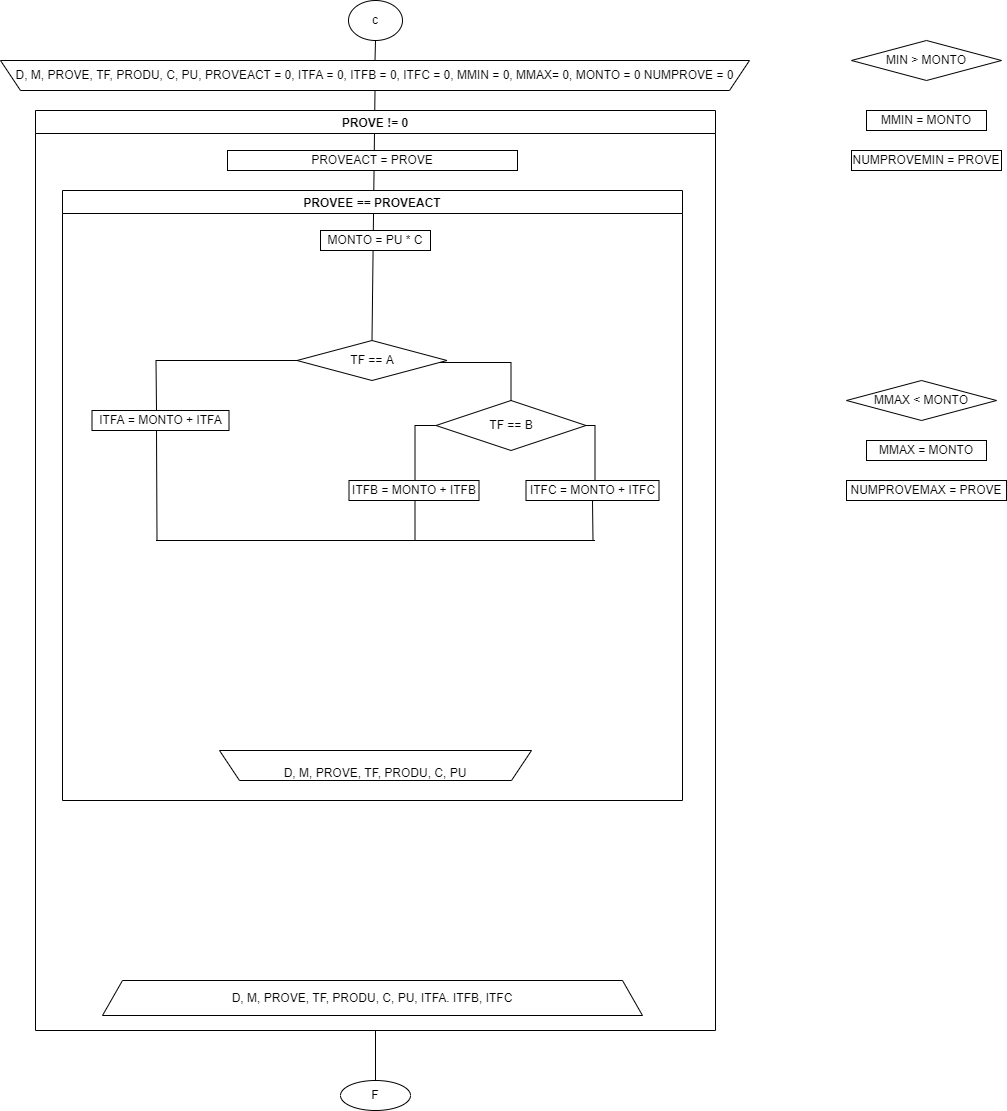
Earlier version of the draw.io export Untitled Diagram.drawio.png (Ferbinand/Ferbinand). Source tidied: cells renumbered, new cells last; positions are measured from the earlier drawing's top-left corner, leaving out a move shared by most shapes.
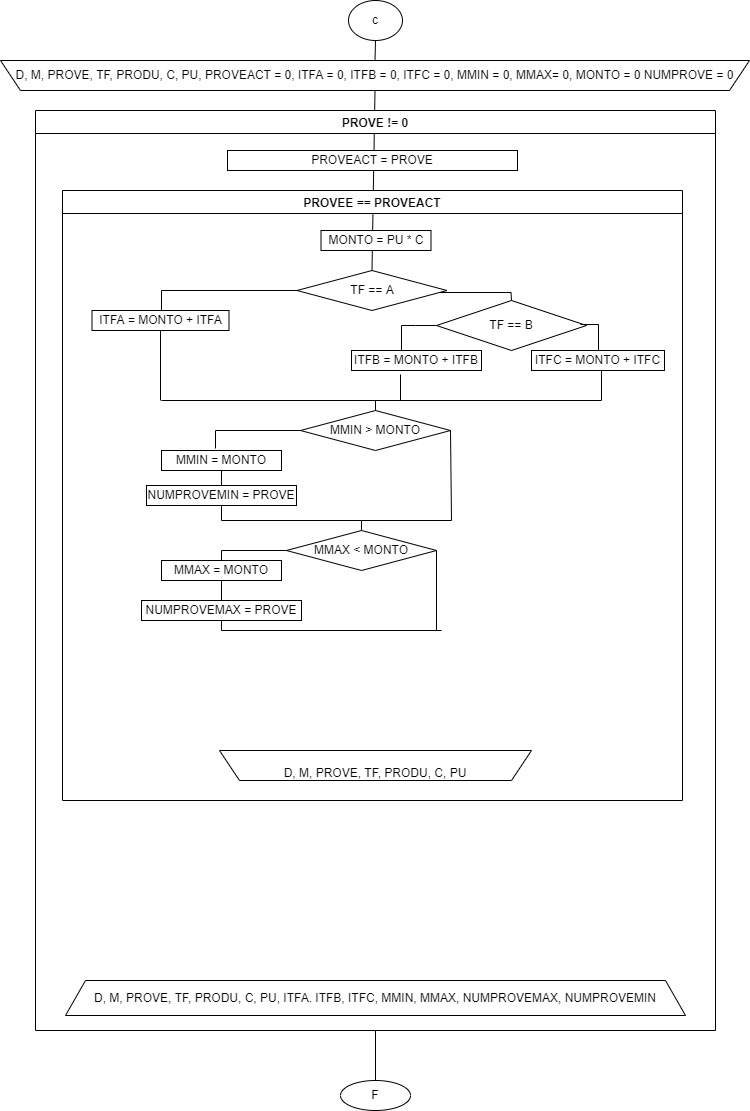
The same file after the commit.

Commit message:
1C recu corte control.png

What changed in the source:
```diff
@@ -21,79 +21,120 @@
       <mxGeometry x="157" y="560" width="312" height="30" as="geometry" />
     </mxCell>
     <mxCell id="8" value="TF == A" style="rhombus;whiteSpace=wrap;html=1;" parent="6" vertex="1">
-      <mxGeometry x="234.5" y="150" width="150" height="40" as="geometry" />
+      <mxGeometry x="234.5" y="80" width="150" height="40" as="geometry" />
     </mxCell>
     <mxCell id="9" value="ITFA = MONTO + ITFA" style="rounded=0;whiteSpace=wrap;html=1;" parent="6" vertex="1">
-      <mxGeometry x="29.5" y="220" width="137" height="20" as="geometry" />
+      <mxGeometry x="29.5" y="120" width="137" height="20" as="geometry" />
     </mxCell>
-    <mxCell id="10" style="endArrow=none;html=1;rounded=0;exitX=0.5;exitY=1;exitDx=0;exitDy=0;" parent="6" edge="1">
+    <mxCell id="10" style="endArrow=none;html=1;rounded=0;exitX=0.5;exitY=1;exitDx=0;exitDy=0;" parent="6" edge="1" source="9">
       <mxGeometry relative="1" as="geometry">
-        <mxPoint x="94" y="240" as="sourcePoint" />
-        <mxPoint x="94.5" y="350" as="targetPoint" />
+        <mxPoint x="98" y="210" as="targetPoint" />
       </mxGeometry>
     </mxCell>
     <mxCell id="11" style="endArrow=none;html=1;rounded=0;" parent="6" edge="1">
       <mxGeometry relative="1" as="geometry">
-        <mxPoint x="93.5" y="350" as="sourcePoint" />
-        <mxPoint x="532.5" y="350" as="targetPoint" />
+        <mxPoint x="99" y="210" as="sourcePoint" />
+        <mxPoint x="539" y="210" as="targetPoint" />
       </mxGeometry>
     </mxCell>
-    <mxCell id="12" style="endArrow=none;html=1;rounded=0;" parent="6" edge="1">
-      <mxGeometry relative="1" as="geometry">
-        <mxPoint x="352.5" y="310" as="sourcePoint" />
-        <mxPoint x="352.5" y="350" as="targetPoint" />
-      </mxGeometry>
-    </mxCell>
-    <mxCell id="13" value="ITFB = MONTO + ITFB" style="rounded=0;whiteSpace=wrap;html=1;" parent="6" vertex="1">
-      <mxGeometry x="286.5" y="290" width="130" height="20" as="geometry" />
-    </mxCell>
-    <mxCell id="14" style="endArrow=none;html=1;rounded=0;entryX=0;entryY=0.5;entryDx=0;entryDy=0;" parent="6" edge="1" target="15">
+    <mxCell id="14" style="endArrow=none;html=1;rounded=0;entryX=0;entryY=0.5;entryDx=0;entryDy=0;startArrow=none;" parent="6" edge="1" target="15">
       <mxGeometry relative="1" as="geometry">
-        <mxPoint x="352.5" y="290" as="sourcePoint" />
+        <mxPoint x="339" y="160" as="sourcePoint" />
         <Array as="points">
-          <mxPoint x="352.5" y="235" />
+          <mxPoint x="339" y="135" />
+          <mxPoint x="353" y="135" />
         </Array>
       </mxGeometry>
     </mxCell>
     <mxCell id="15" value="TF == B" style="rhombus;whiteSpace=wrap;html=1;" parent="6" vertex="1">
-      <mxGeometry x="373.5" y="210" width="150" height="50" as="geometry" />
+      <mxGeometry x="374" y="110" width="150" height="50" as="geometry" />
     </mxCell>
     <mxCell id="16" style="endArrow=none;html=1;rounded=0;exitX=0.5;exitY=0;exitDx=0;exitDy=0;entryX=0.947;entryY=0.55;entryDx=0;entryDy=0;entryPerimeter=0;" parent="6" edge="1" source="15" target="8">
       <mxGeometry relative="1" as="geometry">
         <Array as="points">
-          <mxPoint x="448.5" y="172" />
+          <mxPoint x="448.5" y="102" />
         </Array>
       </mxGeometry>
     </mxCell>
     <mxCell id="17" value="ITFC = MONTO + ITFC" style="rounded=0;whiteSpace=wrap;html=1;" parent="6" vertex="1">
-      <mxGeometry x="463.5" y="290" width="133" height="20" as="geometry" />
+      <mxGeometry x="469" y="160" width="133" height="20" as="geometry" />
     </mxCell>
-    <mxCell id="18" style="endArrow=none;html=1;rounded=0;entryX=1;entryY=0.5;entryDx=0;entryDy=0;" parent="6" edge="1" target="15">
+    <mxCell id="18" style="endArrow=none;html=1;rounded=0;entryX=0.96;entryY=0.48;entryDx=0;entryDy=0;entryPerimeter=0;" parent="6" edge="1" target="15">
       <mxGeometry relative="1" as="geometry">
-        <mxPoint x="532.5" y="290" as="sourcePoint" />
+        <mxPoint x="536" y="160" as="sourcePoint" />
         <Array as="points">
-          <mxPoint x="532.5" y="235" />
+          <mxPoint x="536" y="134" />
         </Array>
       </mxGeometry>
     </mxCell>
-    <mxCell id="19" style="endArrow=none;html=1;rounded=0;exitX=0.5;exitY=1;exitDx=0;exitDy=0;" parent="6" edge="1" source="17">
+    <mxCell id="19" style="endArrow=none;html=1;rounded=0;" parent="6" edge="1">
       <mxGeometry relative="1" as="geometry">
-        <mxPoint x="530.5" y="350" as="targetPoint" />
+        <mxPoint x="539" y="180" as="sourcePoint" />
+        <mxPoint x="539" y="210" as="targetPoint" />
       </mxGeometry>
     </mxCell>
-    <mxCell id="20" style="endArrow=none;html=1;rounded=0;exitX=0.5;exitY=0;exitDx=0;exitDy=0;entryX=0;entryY=0.5;entryDx=0;entryDy=0;" parent="6" edge="1" target="8">
+    <mxCell id="20" style="endArrow=none;html=1;rounded=0;entryX=0;entryY=0.5;entryDx=0;entryDy=0;" parent="6" edge="1" target="8">
       <mxGeometry relative="1" as="geometry">
-        <mxPoint x="94" y="220" as="sourcePoint" />
+        <mxPoint x="99" y="120" as="sourcePoint" />
         <Array as="points">
-          <mxPoint x="93.5" y="170" />
+          <mxPoint x="99" y="100" />
         </Array>
       </mxGeometry>
     </mxCell>
     <mxCell id="21" value="MONTO = PU * C" style="rounded=0;whiteSpace=wrap;html=1;" parent="6" vertex="1">
-      <mxGeometry x="258" y="40" width="110" height="20" as="geometry" />
+      <mxGeometry x="258.5" y="40" width="110" height="20" as="geometry" />
     </mxCell>
+    <mxCell id="29" value="MMIN &amp;gt; MONTO" style="rhombus;whiteSpace=wrap;html=1;" parent="6" vertex="1">
+      <mxGeometry x="238" y="220" width="150" height="40" as="geometry" />
+    </mxCell>
+    <mxCell id="30" value="MMIN = MONTO" style="rounded=0;whiteSpace=wrap;html=1;" parent="6" vertex="1">
+      <mxGeometry x="99" y="260" width="120" height="20" as="geometry" />
+    </mxCell>
+    <mxCell id="31" value="NUMPROVEMIN = PROVE" style="rounded=0;whiteSpace=wrap;html=1;" parent="6" vertex="1">
+      <mxGeometry x="84" y="295" width="150" height="20" as="geometry" />
+    </mxCell>
+    <mxCell id="13" value="ITFB = MONTO + ITFB" style="rounded=0;whiteSpace=wrap;html=1;" parent="6" vertex="1">
+      <mxGeometry x="289" y="160" width="130" height="20" as="geometry" />
+    </mxCell>
+    <mxCell id="28" value="MMAX &amp;lt; MONTO" style="rhombus;whiteSpace=wrap;html=1;" parent="6" vertex="1">
+      <mxGeometry x="224" y="340" width="150" height="40" as="geometry" />
+    </mxCell>
+    <mxCell id="27" value="MMAX = MONTO" style="rounded=0;whiteSpace=wrap;html=1;" parent="6" vertex="1">
+      <mxGeometry x="99" y="370" width="120" height="20" as="geometry" />
+    </mxCell>
+    <mxCell id="32" value="NUMPROVEMAX = PROVE" style="rounded=0;whiteSpace=wrap;html=1;" parent="6" vertex="1">
+      <mxGeometry x="79" y="410" width="160" height="20" as="geometry" />
+    </mxCell>
+    <mxCell id="33" style="endArrow=none;html=1;rounded=0;entryX=0;entryY=0.5;entryDx=0;entryDy=0;exitX=0.45;exitY=-0.1;exitDx=0;exitDy=0;exitPerimeter=0;" parent="6" edge="1" source="30" target="29">
+      <mxGeometry relative="1" as="geometry">
+        <Array as="points">
+          <mxPoint x="153" y="240" />
+        </Array>
+      </mxGeometry>
+    </mxCell>
+    <mxCell id="34" style="endArrow=none;html=1;rounded=0;entryX=0.5;entryY=1;entryDx=0;entryDy=0;exitX=0.5;exitY=0;exitDx=0;exitDy=0;" parent="6" edge="1" source="31" target="30">
+      <mxGeometry relative="1" as="geometry" />
+    </mxCell>
+    <mxCell id="35" style="endArrow=none;html=1;rounded=0;entryX=0.5;entryY=1;entryDx=0;entryDy=0;exitX=0.5;exitY=0;exitDx=0;exitDy=0;" parent="6" edge="1" source="28" target="31">
+      <mxGeometry relative="1" as="geometry">
+        <Array as="points">
+          <mxPoint x="299" y="330" />
+          <mxPoint x="159" y="330" />
+        </Array>
+      </mxGeometry>
+    </mxCell>
+    <mxCell id="36" style="endArrow=none;html=1;rounded=0;entryX=0;entryY=0.5;entryDx=0;entryDy=0;exitX=0.5;exitY=0;exitDx=0;exitDy=0;" parent="6" edge="1" source="27" target="28">
+      <mxGeometry relative="1" as="geometry">
+        <Array as="points">
+          <mxPoint x="159" y="360" />
+        </Array>
+      </mxGeometry>
+    </mxCell>
+    <mxCell id="37" style="endArrow=none;html=1;rounded=0;entryX=0.5;entryY=1;entryDx=0;entryDy=0;exitX=0.5;exitY=0;exitDx=0;exitDy=0;" parent="6" edge="1" source="32" target="27">
+      <mxGeometry relative="1" as="geometry" />
+    </mxCell>
-    <mxCell id="22" value="D, M, PROVE, TF, PRODU, C, PU, ITFA. ITFB, ITFC" style="shape=trapezoid;perimeter=trapezoidPerimeter;whiteSpace=wrap;html=1;fixedSize=1;" parent="4" vertex="1">
-      <mxGeometry x="67" y="870" width="540" height="35" as="geometry" />
+    <mxCell id="22" value="D, M, PROVE, TF, PRODU, C, PU, ITFA. ITFB, ITFC, MMIN, MMAX, NUMPROVEMAX, NUMPROVEMIN" style="shape=trapezoid;perimeter=trapezoidPerimeter;whiteSpace=wrap;html=1;fixedSize=1;" parent="4" vertex="1">
+      <mxGeometry x="30" y="870" width="620" height="35" as="geometry" />
     </mxCell>
     <mxCell id="23" value="F" style="ellipse;whiteSpace=wrap;html=1;" parent="1" vertex="1">
       <mxGeometry x="340" y="1080" width="70" height="30" as="geometry" />
@@ -107,23 +148,42 @@
     <mxCell id="26" style="endArrow=none;html=1;rounded=0;exitX=0.5;exitY=1;exitDx=0;exitDy=0;entryX=0.5;entryY=1;entryDx=0;entryDy=0;" parent="1" edge="1" source="24" target="3">
       <mxGeometry relative="1" as="geometry" />
     </mxCell>
-    <mxCell id="27" value="MMAX = MONTO" style="rounded=0;whiteSpace=wrap;html=1;" parent="1" vertex="1">
-      <mxGeometry x="866" y="440" width="120" height="20" as="geometry" />
-    </mxCell>
-    <mxCell id="28" value="MMAX &amp;lt; MONTO" style="rhombus;whiteSpace=wrap;html=1;" parent="1" vertex="1">
-      <mxGeometry x="846" y="380" width="150" height="40" as="geometry" />
-    </mxCell>
-    <mxCell id="29" value="MIN &amp;gt; MONTO" style="rhombus;whiteSpace=wrap;html=1;" parent="1" vertex="1">
-      <mxGeometry x="851" y="40" width="150" height="40" as="geometry" />
-    </mxCell>
-    <mxCell id="30" value="MMIN = MONTO" style="rounded=0;whiteSpace=wrap;html=1;" parent="1" vertex="1">
-      <mxGeometry x="866" y="110" width="120" height="20" as="geometry" />
-    </mxCell>
-    <mxCell id="31" value="NUMPROVEMIN = PROVE" style="rounded=0;whiteSpace=wrap;html=1;" parent="1" vertex="1">
-      <mxGeometry x="851" y="150" width="150" height="20" as="geometry" />
-    </mxCell>
-    <mxCell id="32" value="NUMPROVEMAX = PROVE" style="rounded=0;whiteSpace=wrap;html=1;" parent="1" vertex="1">
-      <mxGeometry x="846" y="480" width="160" height="20" as="geometry" />
-    </mxCell>
+    <mxCell id="38" style="endArrow=none;html=1;rounded=0;entryX=0.377;entryY=1.2;entryDx=0;entryDy=0;entryPerimeter=0;" parent="1" edge="1" target="13">
+      <mxGeometry relative="1" as="geometry">
+        <mxPoint x="400" y="400" as="sourcePoint" />
+      </mxGeometry>
+    </mxCell>
+    <mxCell id="39" style="endArrow=none;html=1;rounded=0;entryX=1;entryY=0.5;entryDx=0;entryDy=0;" parent="1" edge="1" target="29">
+      <mxGeometry relative="1" as="geometry">
+        <mxPoint x="451" y="520" as="sourcePoint" />
+      </mxGeometry>
+    </mxCell>
+    <mxCell id="40" style="endArrow=none;html=1;rounded=0;" parent="1" edge="1">
+      <mxGeometry relative="1" as="geometry">
+        <mxPoint x="361" y="520" as="sourcePoint" />
+        <mxPoint x="451" y="520" as="targetPoint" />
+      </mxGeometry>
+    </mxCell>
+    <mxCell id="41" style="endArrow=none;html=1;rounded=0;exitX=0.5;exitY=0;exitDx=0;exitDy=0;" parent="1" edge="1" source="29">
+      <mxGeometry relative="1" as="geometry">
+        <mxPoint x="375" y="400" as="targetPoint" />
+      </mxGeometry>
+    </mxCell>
+    <mxCell id="42" style="endArrow=none;html=1;rounded=0;entryX=1;entryY=0.5;entryDx=0;entryDy=0;" parent="1" edge="1" target="28">
+      <mxGeometry relative="1" as="geometry">
+        <mxPoint x="436" y="630" as="sourcePoint" />
+      </mxGeometry>
+    </mxCell>
+    <mxCell id="43" style="endArrow=none;html=1;rounded=0;" parent="1" edge="1">
+      <mxGeometry relative="1" as="geometry">
+        <mxPoint x="221" y="630" as="sourcePoint" />
+        <mxPoint x="441" y="630" as="targetPoint" />
+      </mxGeometry>
+    </mxCell>
+    <mxCell id="44" style="endArrow=none;html=1;rounded=0;exitX=0.5;exitY=1;exitDx=0;exitDy=0;" parent="1" edge="1" source="32">
+      <mxGeometry relative="1" as="geometry">
+        <mxPoint x="221" y="630" as="targetPoint" />
+      </mxGeometry>
+    </mxCell>
   </root>
 </mxGraphModel>
```
